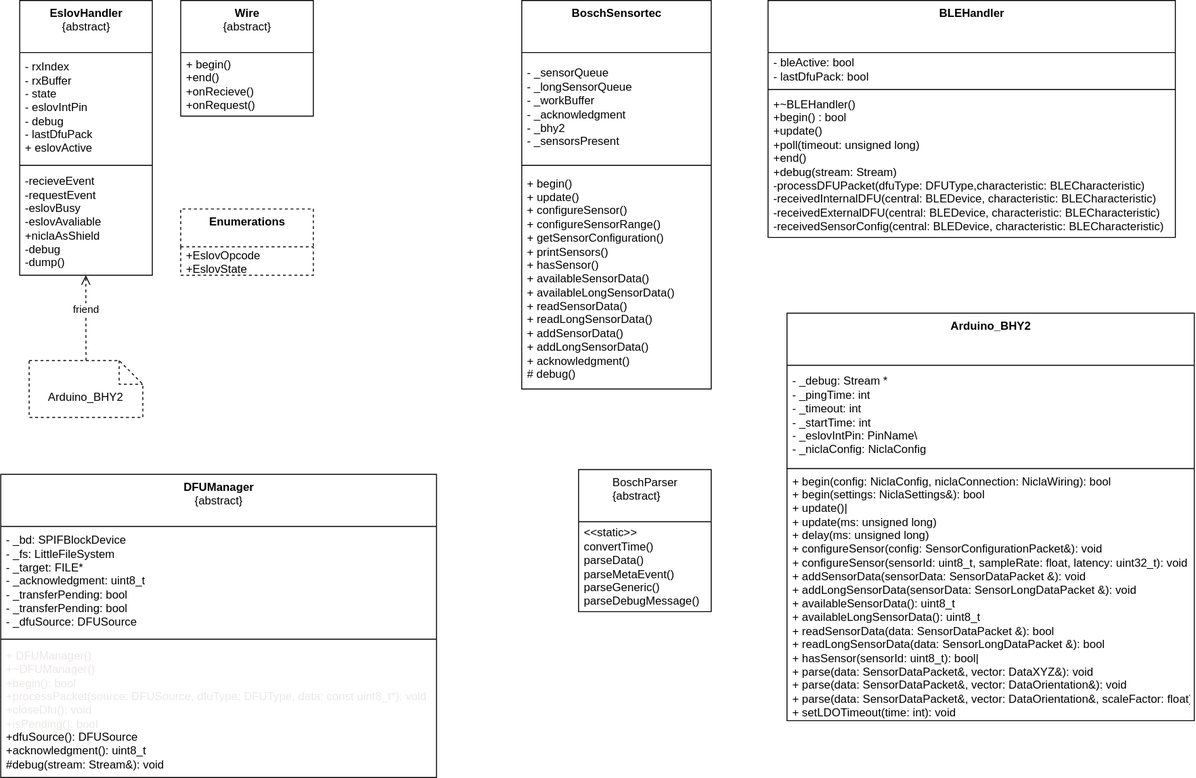
Above: Arduino_BHY2/Arduino_BHY2.UML.drawio.svg in arduino/nicla-sense-me-fw (draw.io), before the change. Source tidied: cells renumbered, new cells last; positions are measured from the earlier drawing's top-left corner, leaving out a move shared by most shapes.
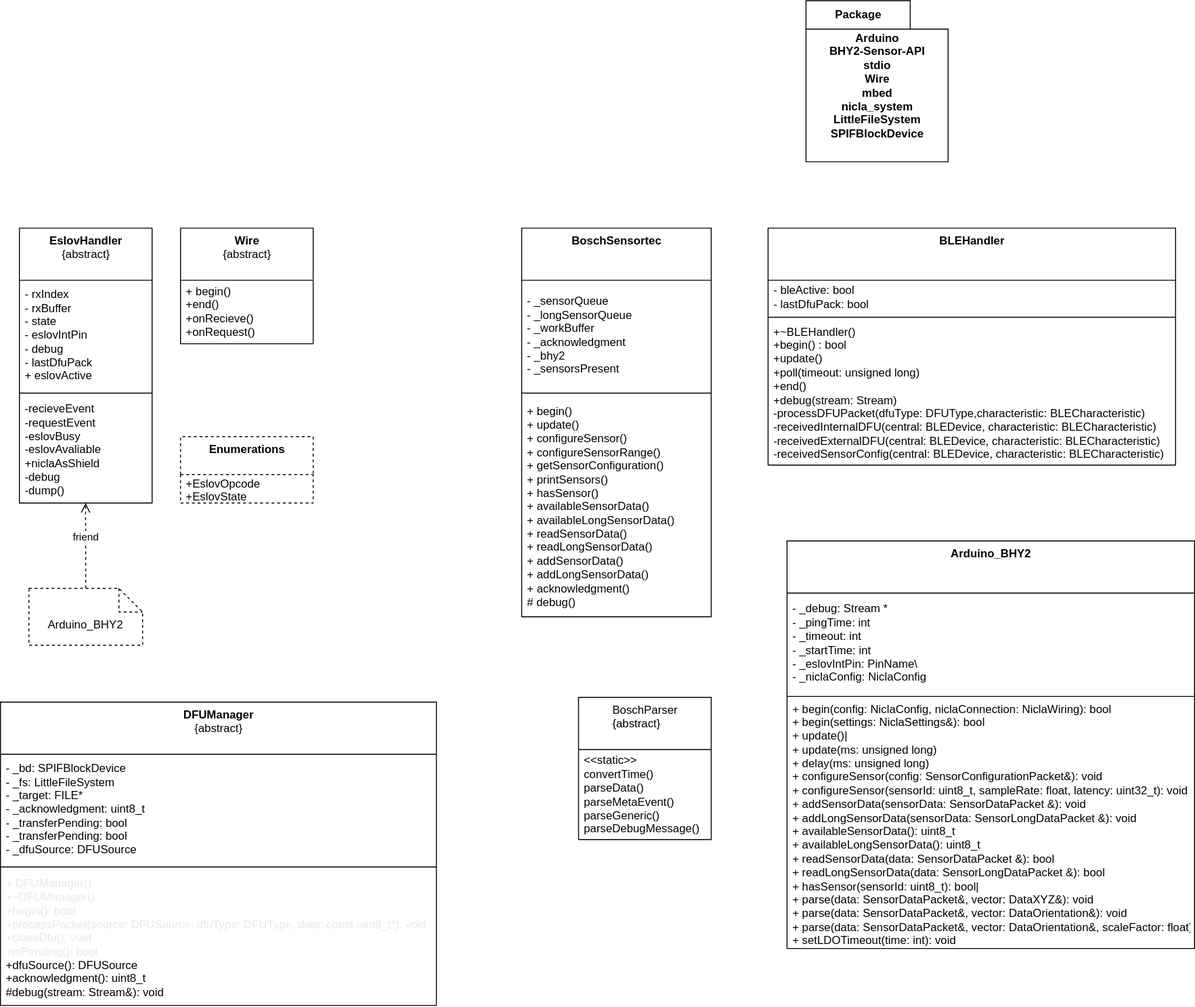
Above is the later version.

Commit message:
Add packages block

The edit, as a diff of the source:
```diff
@@ -89,5 +89,13 @@
     <mxCell id="29" value="+ begin(config: NiclaConfig, niclaConnection: NiclaWiring): bool&lt;br&gt;+ begin(settings: NiclaSettings&amp;amp;): bool&lt;br&gt;+ update()|&lt;br&gt;+ update(ms: unsigned long)&lt;br&gt;+ delay(ms: unsigned long)&lt;br&gt;+ configureSensor(config: SensorConfigurationPacket&amp;amp;): void&lt;br&gt;+ configureSensor(sensorId: uint8_t, sampleRate: float, latency: uint32_t): void&lt;br&gt;+ addSensorData(sensorData: SensorDataPacket &amp;amp;): void&lt;br&gt;+ addLongSensorData(sensorData: SensorLongDataPacket &amp;amp;): void&lt;br&gt;+ availableSensorData(): uint8_t&lt;br&gt;+ availableLongSensorData(): uint8_t&lt;br&gt;+ readSensorData(data: SensorDataPacket &amp;amp;): bool&lt;br&gt;+ readLongSensorData(data: SensorLongDataPacket &amp;amp;): bool&lt;br&gt;+ hasSensor(sensorId: uint8_t): bool|&lt;br&gt;+ parse(data: SensorDataPacket&amp;amp;, vector: DataXYZ&amp;amp;): void&lt;br&gt;+ parse(data: SensorDataPacket&amp;amp;, vector: DataOrientation&amp;amp;): void&lt;br&gt;+ parse(data: SensorDataPacket&amp;amp;, vector: DataOrientation&amp;amp;, scaleFactor: float): void&lt;br&gt;+ setLDOTimeout(time: int): void&lt;br&gt;+ debug(stream: Stream &amp;amp;): void" style="text;html=1;strokeColor=none;fillColor=none;align=left;verticalAlign=middle;spacingLeft=4;spacingRight=4;overflow=hidden;" parent="26" vertex="1">
       <mxGeometry y="168" width="430" height="262" as="geometry" />
     </mxCell>
+    <mxCell id="30" value="Package" style="shape=folder;fontStyle=1;tabWidth=110;tabHeight=30;tabPosition=left;html=1;boundedLbl=1;labelInHeader=1;" parent="1" vertex="1">
+      <mxGeometry x="850" y="-240" width="150" height="170" as="geometry" />
+    </mxCell>
+    <mxCell id="31" value="&lt;span style=&quot;font-weight: 700;&quot;&gt;Arduino&lt;/span&gt;&lt;br style=&quot;font-weight: 700;&quot;&gt;&lt;span style=&quot;font-weight: 700;&quot;&gt;BHY2-Sensor-API&lt;/span&gt;&lt;br style=&quot;font-weight: 700;&quot;&gt;&lt;span style=&quot;font-weight: 700;&quot;&gt;stdio&lt;/span&gt;&lt;br style=&quot;font-weight: 700;&quot;&gt;&lt;span style=&quot;font-weight: 700;&quot;&gt;Wire&lt;/span&gt;&lt;br style=&quot;font-weight: 700;&quot;&gt;&lt;span style=&quot;font-weight: 700;&quot;&gt;mbed&lt;/span&gt;&lt;br style=&quot;font-weight: 700;&quot;&gt;&lt;span style=&quot;font-weight: 700;&quot;&gt;nicla_system&lt;/span&gt;&lt;br style=&quot;font-weight: 700;&quot;&gt;&lt;span style=&quot;font-weight: 700;&quot;&gt;LittleFileSystem&lt;/span&gt;&lt;br style=&quot;font-weight: 700;&quot;&gt;&lt;span style=&quot;font-weight: 700;&quot;&gt;SPIFBlockDevice&lt;/span&gt;" style="html=1;strokeColor=none;fillColor=none;" parent="30" vertex="1">
+      <mxGeometry width="150" height="119" relative="1" as="geometry">
+        <mxPoint y="30" as="offset" />
+      </mxGeometry>
+    </mxCell>
   </root>
 </mxGraphModel>
```
